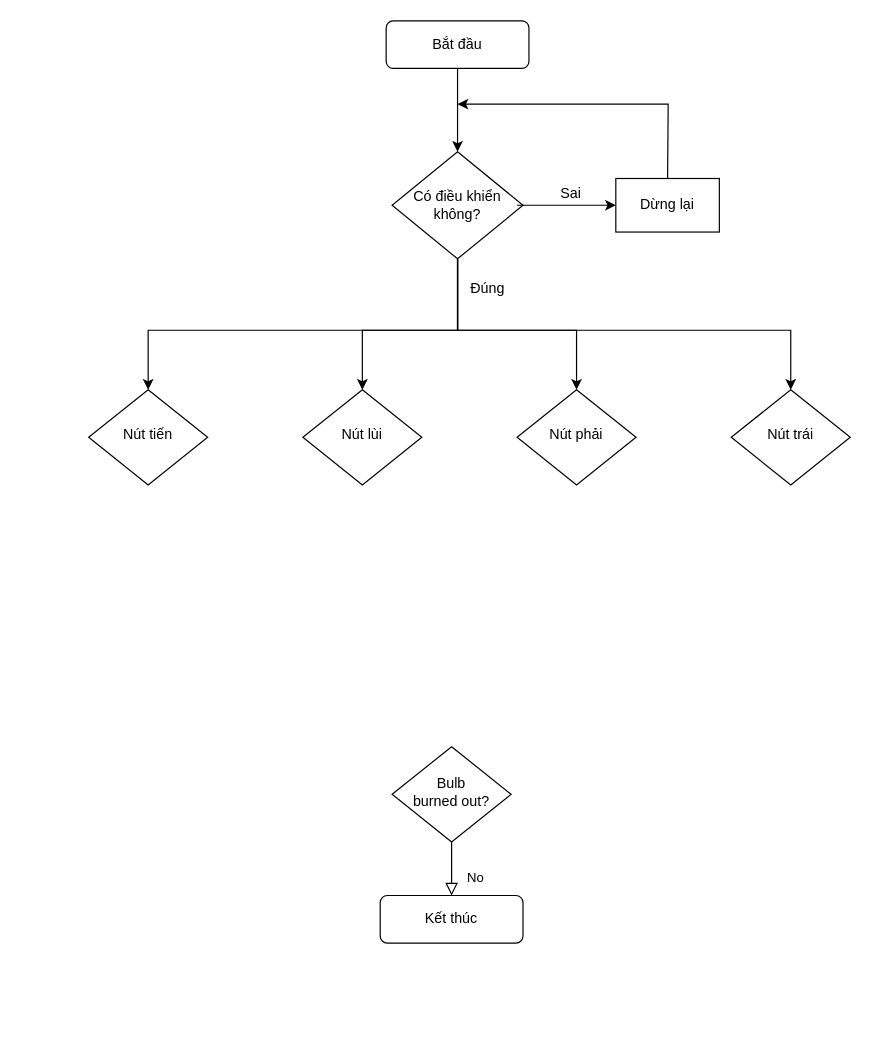
Binhbong3/TREK keeps this draw.io diagram as Untitled Diagram.drawio. Above is the earlier version. Source tidied: cells renumbered, new cells numbered last; positions are measured from the earlier drawing's top-left corner, leaving out a move shared by most shapes. Both pictures are drawn from the tidied source at 119%, with x=0, y=0 at pixel (88, 20).
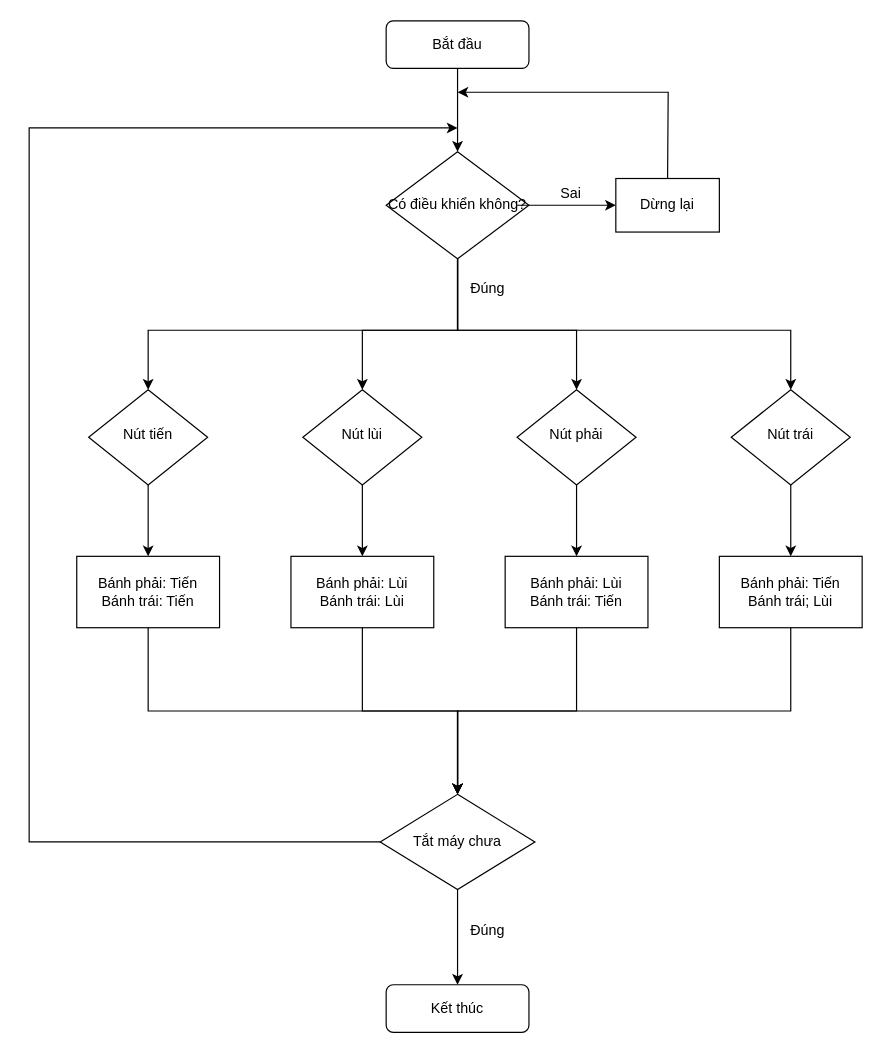
The same page after the edit.

Unchanged cells that the change refers to:
```xml
<mxCell id="10" value="Dừng lại" style="rounded=0;whiteSpace=wrap;html=1;" parent="1" vertex="1">
  <mxGeometry x="443" y="132.5" width="87" height="45" as="geometry" />
</mxCell>
<mxCell id="17" value="Nút tiến" style="rhombus;whiteSpace=wrap;html=1;shadow=0;fontFamily=Helvetica;fontSize=12;align=center;strokeWidth=1;spacing=6;spacingTop=-4;" parent="1" vertex="1">
  <mxGeometry y="310" width="100" height="80" as="geometry" />
</mxCell>
```

Change to the diagram source:
```diff
@@
-    <mxCell id="4" value="No" style="rounded=0;html=1;jettySize=auto;fontSize=11;endArrow=block;endFill=0;endSize=8;strokeWidth=1;shadow=0;labelBackgroundColor=none;edgeStyle=orthogonalEdgeStyle;" parent="1" edge="1" source="5" target="6">
-      <mxGeometry x="0.33" y="20" relative="1" as="geometry" />
-    </mxCell>
-    <mxCell id="5" value="Bulb&lt;br&gt;burned out?" style="rhombus;whiteSpace=wrap;html=1;shadow=0;fontFamily=Helvetica;fontSize=12;align=center;strokeWidth=1;spacing=6;spacingTop=-4;" parent="1" vertex="1">
-      <mxGeometry x="255" y="610" width="100" height="80" as="geometry" />
-    </mxCell>
     <mxCell id="6" value="Kết thúc" style="rounded=1;whiteSpace=wrap;html=1;fontSize=12;glass=0;strokeWidth=1;shadow=0;" parent="1" vertex="1">
-      <mxGeometry x="245" y="735" width="120" height="40" as="geometry" />
+      <mxGeometry x="250" y="810" width="120" height="40" as="geometry" />
     </mxCell>
     <mxCell id="7" value="Có điều khiển không?" style="rhombus;whiteSpace=wrap;html=1;verticalAlign=middle;" parent="1" vertex="1">
-      <mxGeometry x="255" y="110" width="110" height="90" as="geometry" />
+      <mxGeometry x="250" y="110" width="120" height="90" as="geometry" />
     </mxCell>
@@
     <mxCell id="11" style="endArrow=classic;html=1;rounded=0;exitX=0.5;exitY=0;exitDx=0;exitDy=0;" parent="1" edge="1" source="10">
       <mxGeometry relative="1" as="geometry">
-        <mxPoint x="310" y="70" as="targetPoint" />
+        <mxPoint x="310" y="60" as="targetPoint" />
         <Array as="points">
-          <mxPoint x="487" y="70" />
+          <mxPoint x="487" y="60" />
         </Array>
       </mxGeometry>
     </mxCell>
@@
+    <mxCell id="21" style="endArrow=classic;html=1;rounded=0;exitX=0.5;exitY=1;exitDx=0;exitDy=0;" parent="1" edge="1" source="17">
+      <mxGeometry relative="1" as="geometry">
+        <mxPoint x="50" y="450" as="targetPoint" />
+      </mxGeometry>
+    </mxCell>
+    <mxCell id="22" value="Bánh phải: Tiến&lt;div&gt;Bánh trái: Tiến&lt;/div&gt;" style="rounded=0;whiteSpace=wrap;html=1;" parent="1" vertex="1">
+      <mxGeometry x="-10" y="450" width="120" height="60" as="geometry" />
+    </mxCell>
+    <mxCell id="23" style="endArrow=classic;html=1;rounded=0;exitX=0.5;exitY=1;exitDx=0;exitDy=0;" parent="1" edge="1">
+      <mxGeometry relative="1" as="geometry">
+        <mxPoint x="230" y="390" as="sourcePoint" />
+        <mxPoint x="230" y="450" as="targetPoint" />
+      </mxGeometry>
+    </mxCell>
+    <mxCell id="24" value="Bánh phải: Lùi&lt;div&gt;Bánh trái: Lùi&lt;/div&gt;" style="rounded=0;whiteSpace=wrap;html=1;" parent="1" vertex="1">
+      <mxGeometry x="170" y="450" width="120" height="60" as="geometry" />
+    </mxCell>
+    <mxCell id="25" style="endArrow=classic;html=1;rounded=0;exitX=0.5;exitY=1;exitDx=0;exitDy=0;" parent="1" edge="1">
+      <mxGeometry relative="1" as="geometry">
+        <mxPoint x="410" y="390" as="sourcePoint" />
+        <mxPoint x="410" y="450" as="targetPoint" />
+      </mxGeometry>
+    </mxCell>
+    <mxCell id="26" value="Bánh phải: Lùi&lt;div&gt;Bánh trái: Tiến&lt;/div&gt;" style="rounded=0;whiteSpace=wrap;html=1;" parent="1" vertex="1">
+      <mxGeometry x="350" y="450" width="120" height="60" as="geometry" />
+    </mxCell>
+    <mxCell id="27" style="endArrow=classic;html=1;rounded=0;exitX=0.5;exitY=1;exitDx=0;exitDy=0;" parent="1" edge="1">
+      <mxGeometry relative="1" as="geometry">
+        <mxPoint x="590" y="390" as="sourcePoint" />
+        <mxPoint x="590" y="450" as="targetPoint" />
+      </mxGeometry>
+    </mxCell>
+    <mxCell id="28" value="Bánh phải: Tiến&lt;div&gt;Bánh trái; Lùi&lt;/div&gt;" style="rounded=0;whiteSpace=wrap;html=1;" parent="1" vertex="1">
+      <mxGeometry x="530" y="450" width="120" height="60" as="geometry" />
+    </mxCell>
+    <mxCell id="29" style="endArrow=classic;html=1;rounded=0;exitX=0.5;exitY=1;exitDx=0;exitDy=0;entryX=0.5;entryY=0;entryDx=0;entryDy=0;" parent="1" edge="1" source="22" target="33">
+      <mxGeometry relative="1" as="geometry">
+        <Array as="points">
+          <mxPoint x="50" y="580" />
+          <mxPoint x="310" y="580" />
+        </Array>
+      </mxGeometry>
+    </mxCell>
+    <mxCell id="30" style="endArrow=classic;html=1;rounded=0;exitX=0.5;exitY=1;exitDx=0;exitDy=0;entryX=0.5;entryY=0;entryDx=0;entryDy=0;" parent="1" edge="1" source="24" target="33">
+      <mxGeometry relative="1" as="geometry">
+        <Array as="points">
+          <mxPoint x="230" y="580" />
+          <mxPoint x="310" y="580" />
+        </Array>
+      </mxGeometry>
+    </mxCell>
+    <mxCell id="31" style="endArrow=classic;html=1;rounded=0;exitX=0.5;exitY=1;exitDx=0;exitDy=0;entryX=0.5;entryY=0;entryDx=0;entryDy=0;" parent="1" edge="1" source="26" target="33">
+      <mxGeometry relative="1" as="geometry">
+        <Array as="points">
+          <mxPoint x="410" y="580" />
+          <mxPoint x="310" y="580" />
+        </Array>
+      </mxGeometry>
+    </mxCell>
+    <mxCell id="32" style="endArrow=classic;html=1;rounded=0;exitX=0.5;exitY=1;exitDx=0;exitDy=0;entryX=0.5;entryY=0;entryDx=0;entryDy=0;" parent="1" edge="1" source="28" target="33">
+      <mxGeometry relative="1" as="geometry">
+        <Array as="points">
+          <mxPoint x="590" y="580" />
+          <mxPoint x="310" y="580" />
+        </Array>
+      </mxGeometry>
+    </mxCell>
+    <mxCell id="33" value="Tắt máy chưa" style="rhombus;whiteSpace=wrap;html=1;" parent="1" vertex="1">
+      <mxGeometry x="245" y="650" width="130" height="80" as="geometry" />
+    </mxCell>
+    <mxCell id="34" style="endArrow=classic;html=1;rounded=0;exitX=0.5;exitY=1;exitDx=0;exitDy=0;entryX=0.5;entryY=0;entryDx=0;entryDy=0;" parent="1" edge="1" source="33" target="6">
+      <mxGeometry relative="1" as="geometry" />
+    </mxCell>
+    <mxCell id="35" value="Đúng" style="text;html=1;align=center;verticalAlign=middle;strokeColor=none;fillColor=none;" parent="1" vertex="1">
+      <mxGeometry x="310" y="750" width="50" height="30" as="geometry" />
+    </mxCell>
+    <mxCell id="36" style="endArrow=classic;html=1;rounded=0;exitX=0;exitY=0.5;exitDx=0;exitDy=0;" parent="1" edge="1" source="33">
+      <mxGeometry relative="1" as="geometry">
+        <mxPoint x="310" y="90" as="targetPoint" />
+        <Array as="points">
+          <mxPoint x="-50" y="690" />
+          <mxPoint x="-50" y="90" />
+        </Array>
+      </mxGeometry>
+    </mxCell>
```
